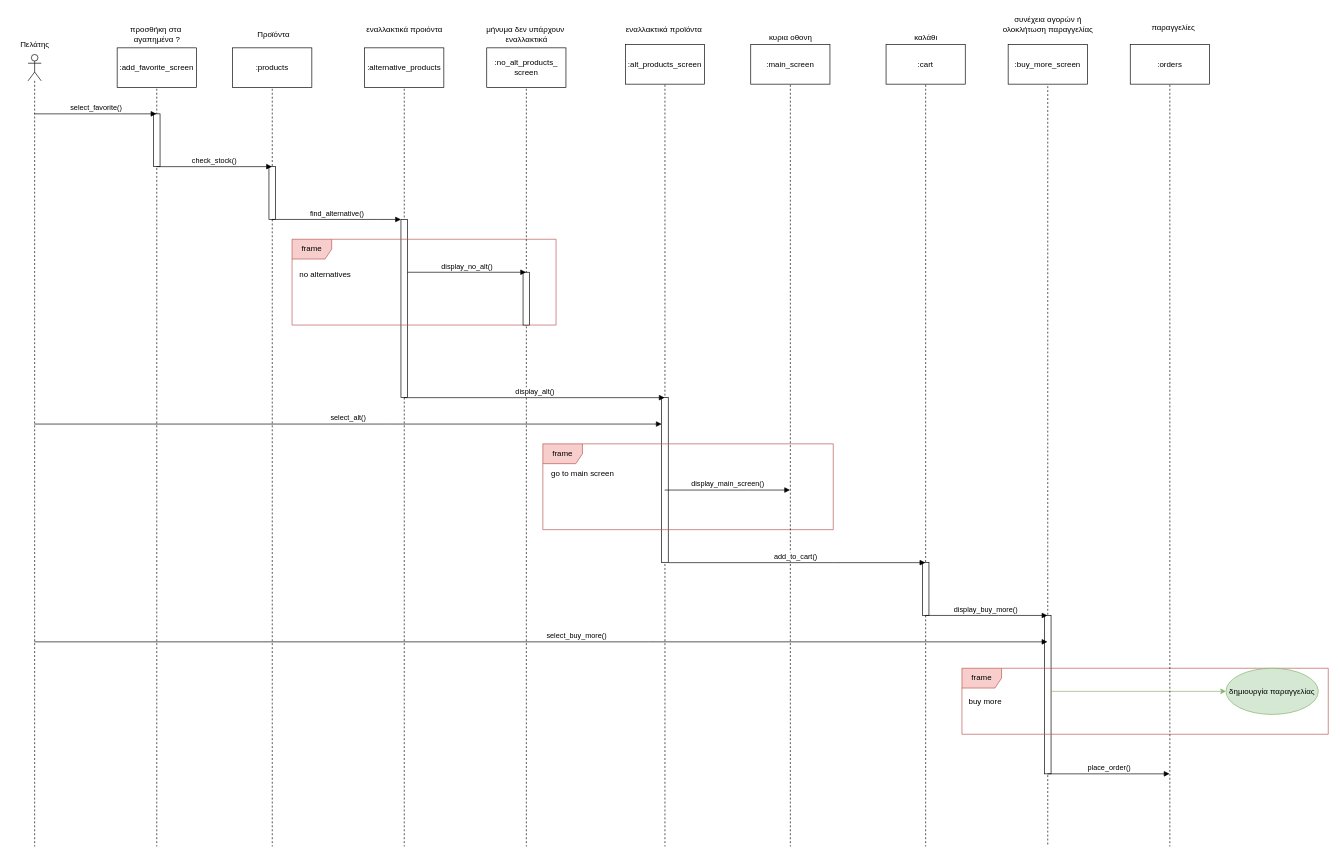
Galenus-Pharmacy/GalenusPharmacies keeps this draw.io diagram as Παραδοτέο_5/sequence/sequence_4.drawio. Above is the earlier version. Source tidied: cells renumbered, new cells numbered last; positions are measured from the earlier drawing's top-left corner, leaving out a move shared by most shapes. Both pictures are drawn from the tidied source at 66%, with x=0, y=0 at pixel (11, 11).
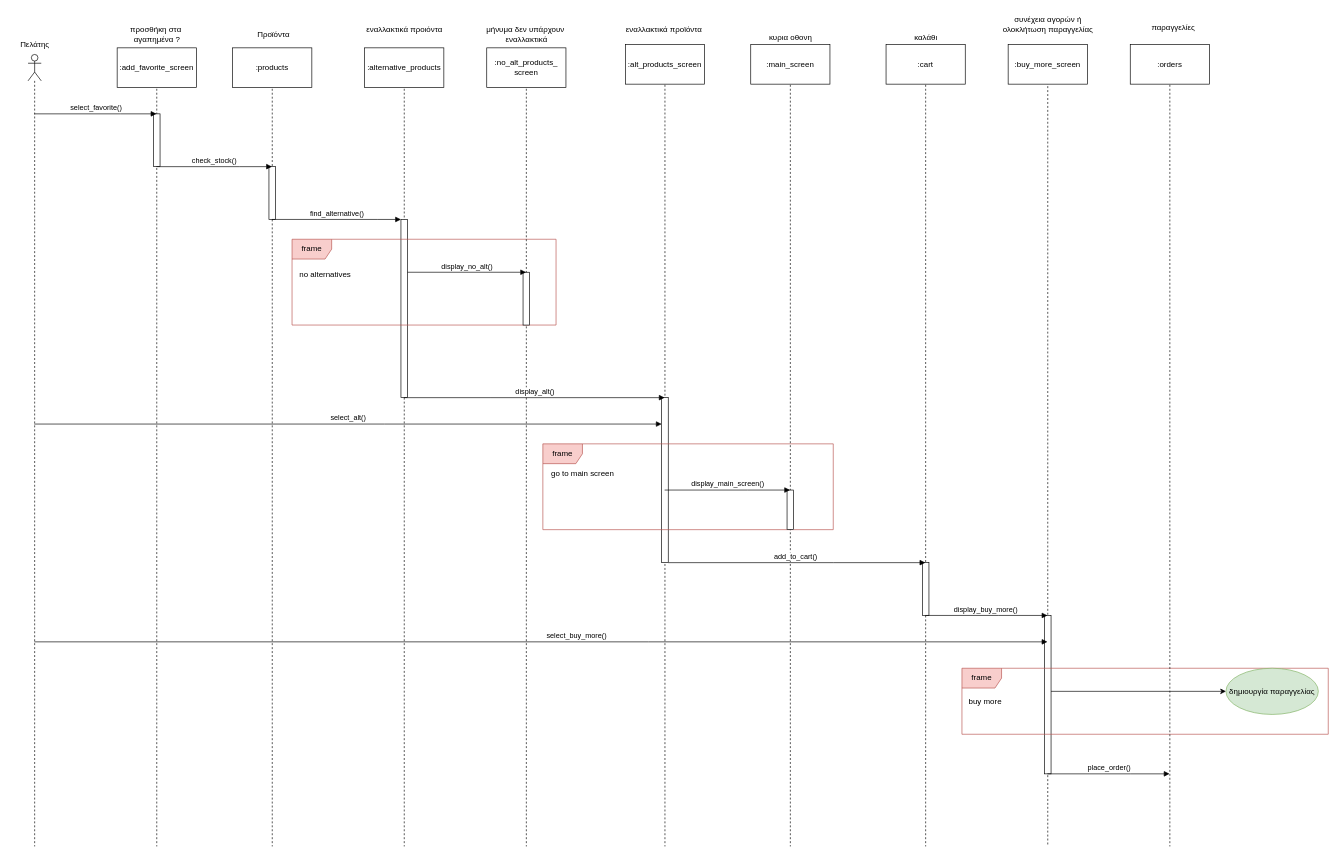
After the change.

Unchanged cells that the change refers to:
```xml
<mxCell id="23" style="shape=umlLifeline;perimeter=lifelinePerimeter;whiteSpace=wrap;html=1;outlineConnect=0;portConstraint=eastwest;newEdgeStyle={&quot;edgeStyle&quot;:&quot;elbowEdgeStyle&quot;,&quot;elbow&quot;:&quot;vertical&quot;,&quot;curved&quot;:0,&quot;rounded&quot;:0};participant=umlBoundary;" parent="1" vertex="1">
  <mxGeometry x="1155" y="65" width="50" height="1200" as="geometry" />
</mxCell>
<mxCell id="29" style="html=1;points=[];perimeter=orthogonalPerimeter;outlineConnect=0;targetShapes=umlLifeline;portConstraint=eastwest;newEdgeStyle={&quot;edgeStyle&quot;:&quot;elbowEdgeStyle&quot;,&quot;elbow&quot;:&quot;vertical&quot;,&quot;curved&quot;:0,&quot;rounded&quot;:0};" parent="28" vertex="1">
  <mxGeometry x="20" y="860" width="10" height="240" as="geometry" />
</mxCell>
<mxCell id="32" value="δημιουργία παραγγελίας" style="ellipse;whiteSpace=wrap;html=1;fillColor=#d5e8d4;strokeColor=#82b366;" parent="1" vertex="1">
  <mxGeometry x="1840" y="995" width="140" height="70" as="geometry" />
</mxCell>
```

The edit, as a diff of the source:
```diff
@@
+    <mxCell id="57" style="html=1;perimeter=orthogonalPerimeter;targetShapes=umlLifeline;newEdgeStyle={&quot;edgeStyle&quot;:&quot;elbowEdgeStyle&quot;,&quot;elbow&quot;:&quot;vertical&quot;,&quot;curved&quot;:0,&quot;rounded&quot;:0};" parent="23" vertex="1">
+      <mxGeometry x="20" y="660" width="10" height="60" as="geometry" />
+    </mxCell>
@@
-    <mxCell id="33" style="endArrow=classic;html=1;rounded=0;entryX=0;entryY=0.5;entryDx=0;entryDy=0;fillColor=#d5e8d4;strokeColor=#82b366;" parent="1" edge="1" source="29" target="32">
+    <mxCell id="33" style="endArrow=classic;html=1;rounded=0;entryX=0;entryY=0.5;entryDx=0;entryDy=0;fillColor=#d5e8d4;strokeColor=#000000;" parent="1" edge="1" source="29" target="32">
       <mxGeometry relative="1" as="geometry" />
     </mxCell>
```
